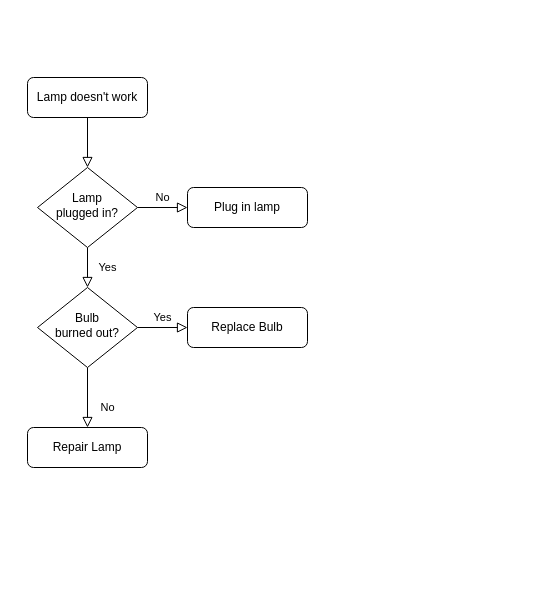
The draw.io diagram Untitled Diagram.drawio in BhavyaSinghalcode/c1-project1-flowchart, before the edit. Source tidied: cells renumbered, new cells numbered last; positions are measured from the earlier drawing's top-left corner, leaving out a move shared by most shapes. Both pictures are drawn from the tidied source at 100%, with x=0, y=0 at pixel (27, 77).
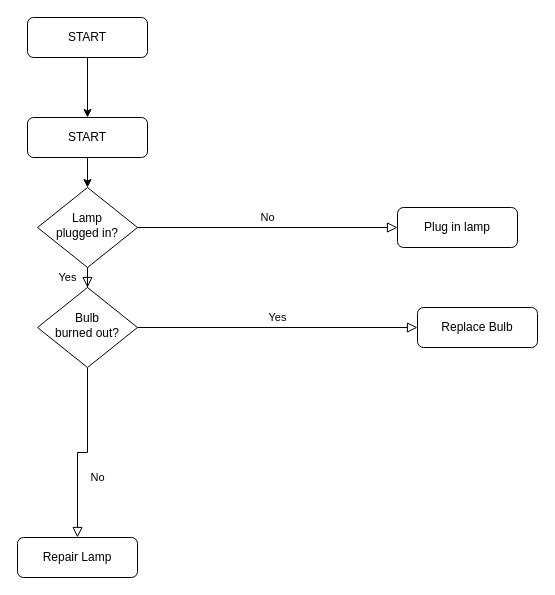
The same diagram, later.

Change to the diagram source:
```diff
@@
 <mxGraphModel>
   <root>
     <mxCell id="0" />
     <mxCell id="1" parent="0" />
-    <mxCell id="2" style="rounded=0;html=1;jettySize=auto;fontSize=11;endArrow=block;endFill=0;endSize=8;strokeWidth=1;shadow=0;labelBackgroundColor=none;edgeStyle=orthogonalEdgeStyle;" parent="1" edge="1" source="3" target="6">
-      <mxGeometry relative="1" as="geometry" />
-    </mxCell>
+    <mxCell id="13" style="edgeStyle=orthogonalEdgeStyle;rounded=0;jettySize=auto;html=1;" parent="1" edge="1" source="3" target="15">
+      <mxGeometry relative="1" as="geometry" />
+    </mxCell>
-    <mxCell id="3" value="Lamp doesn't work" style="rounded=1;whiteSpace=wrap;html=1;fontSize=12;glass=0;strokeWidth=1;shadow=0;" parent="1" vertex="1">
-      <mxGeometry width="120" height="40" as="geometry" />
+    <mxCell id="3" value="START" style="rounded=1;whiteSpace=wrap;html=1;fontSize=12;glass=0;strokeWidth=1;shadow=0;" parent="1" vertex="1">
+      <mxGeometry y="-60" width="120" height="40" as="geometry" />
     </mxCell>
     <mxCell id="4" value="Yes" style="rounded=0;html=1;jettySize=auto;fontSize=11;endArrow=block;endFill=0;endSize=8;strokeWidth=1;shadow=0;labelBackgroundColor=none;edgeStyle=orthogonalEdgeStyle;" parent="1" edge="1" source="6" target="10">
       <mxGeometry y="20" relative="1" as="geometry" />
     </mxCell>
     <mxCell id="5" value="No" style="edgeStyle=orthogonalEdgeStyle;rounded=0;html=1;jettySize=auto;fontSize=11;endArrow=block;endFill=0;endSize=8;strokeWidth=1;shadow=0;labelBackgroundColor=none;" parent="1" edge="1" source="6" target="7">
       <mxGeometry y="10" relative="1" as="geometry" />
     </mxCell>
     <mxCell id="6" value="Lamp&lt;br&gt;plugged in?" style="rhombus;whiteSpace=wrap;html=1;shadow=0;fontFamily=Helvetica;fontSize=12;align=center;strokeWidth=1;spacing=6;spacingTop=-4;" parent="1" vertex="1">
-      <mxGeometry x="10" y="90" width="100" height="80" as="geometry" />
+      <mxGeometry x="10" y="110" width="100" height="80" as="geometry" />
     </mxCell>
     <mxCell id="7" value="Plug in lamp" style="rounded=1;whiteSpace=wrap;html=1;fontSize=12;glass=0;strokeWidth=1;shadow=0;" parent="1" vertex="1">
-      <mxGeometry x="160" y="110" width="120" height="40" as="geometry" />
+      <mxGeometry x="370" y="130" width="120" height="40" as="geometry" />
     </mxCell>
     <mxCell id="8" value="No" style="rounded=0;html=1;jettySize=auto;fontSize=11;endArrow=block;endFill=0;endSize=8;strokeWidth=1;shadow=0;labelBackgroundColor=none;edgeStyle=orthogonalEdgeStyle;" parent="1" edge="1" source="10" target="11">
       <mxGeometry x="0.33" y="20" relative="1" as="geometry" />
     </mxCell>
     <mxCell id="9" value="Yes" style="edgeStyle=orthogonalEdgeStyle;rounded=0;html=1;jettySize=auto;fontSize=11;endArrow=block;endFill=0;endSize=8;strokeWidth=1;shadow=0;labelBackgroundColor=none;" parent="1" edge="1" source="10" target="12">
       <mxGeometry y="10" relative="1" as="geometry" />
     </mxCell>
     <mxCell id="10" value="Bulb&lt;br&gt;burned out?" style="rhombus;whiteSpace=wrap;html=1;shadow=0;fontFamily=Helvetica;fontSize=12;align=center;strokeWidth=1;spacing=6;spacingTop=-4;" parent="1" vertex="1">
       <mxGeometry x="10" y="210" width="100" height="80" as="geometry" />
     </mxCell>
     <mxCell id="11" value="Repair Lamp" style="rounded=1;whiteSpace=wrap;html=1;fontSize=12;glass=0;strokeWidth=1;shadow=0;" parent="1" vertex="1">
-      <mxGeometry y="350" width="120" height="40" as="geometry" />
+      <mxGeometry x="-10" y="460" width="120" height="40" as="geometry" />
     </mxCell>
     <mxCell id="12" value="Replace Bulb" style="rounded=1;whiteSpace=wrap;html=1;fontSize=12;glass=0;strokeWidth=1;shadow=0;" parent="1" vertex="1">
-      <mxGeometry x="160" y="230" width="120" height="40" as="geometry" />
+      <mxGeometry x="390" y="230" width="120" height="40" as="geometry" />
     </mxCell>
+    <mxCell id="14" style="edgeStyle=orthogonalEdgeStyle;rounded=0;jettySize=auto;html=1;" parent="1" edge="1" source="15" target="6">
+      <mxGeometry relative="1" as="geometry" />
+    </mxCell>
+    <mxCell id="15" value="START" style="rounded=1;whiteSpace=wrap;html=1;fontSize=12;glass=0;strokeWidth=1;shadow=0;" parent="1" vertex="1">
+      <mxGeometry y="40" width="120" height="40" as="geometry" />
+    </mxCell>
   </root>
 </mxGraphModel>
```
